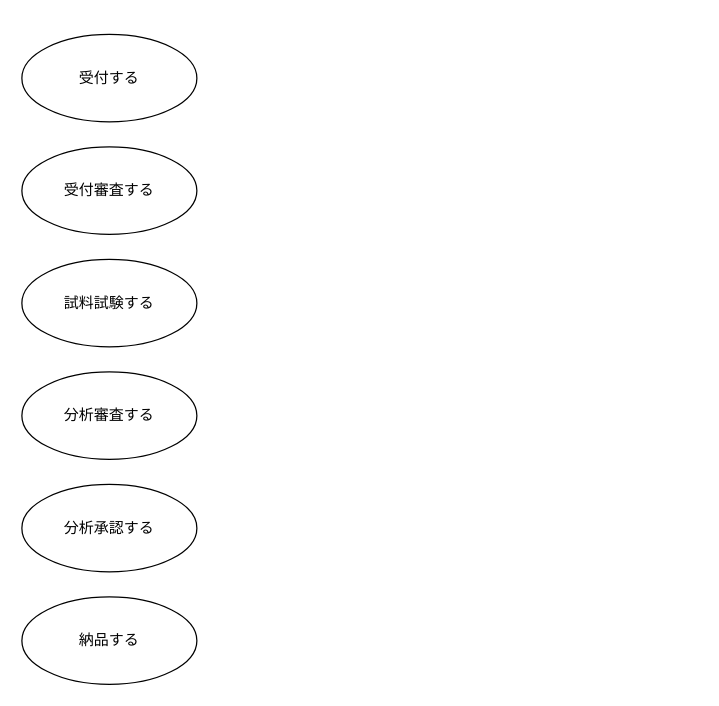
Before: page "アクティビティ図" (7 of 8) of NELAB.drawio in kaoru387/draw.io, a draw.io diagram. Source tidied: cells renumbered, new cells numbered last; positions are measured from the earlier drawing's top-left corner, leaving out a move shared by most shapes. Both pictures are drawn from the tidied source at 125%, with x=0, y=0 at pixel (21, 34).
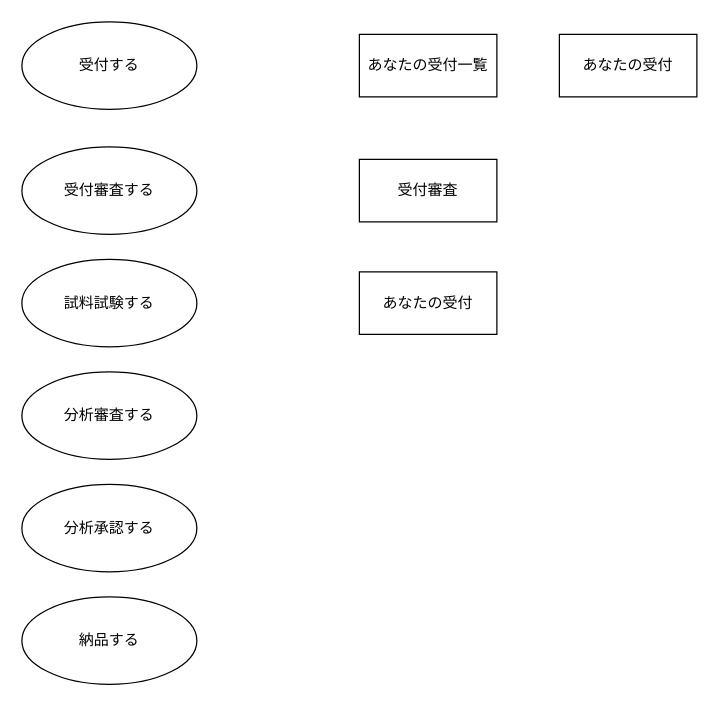
After the change.

Commit message (it also covers changes not shown here):
NELAB.drawio を更新します

Change to the diagram source:
```diff
@@
 <mxGraphModel>
   <root>
     <mxCell id="0" />
     <mxCell id="1" parent="0" />
     <mxCell id="2" value="受付する" style="ellipse;whiteSpace=wrap;html=1;" parent="1" vertex="1">
-      <mxGeometry width="140" height="70" as="geometry" />
+      <mxGeometry y="-10" width="140" height="70" as="geometry" />
     </mxCell>
     <mxCell id="3" value="試料試験する" style="ellipse;whiteSpace=wrap;html=1;" parent="1" vertex="1">
       <mxGeometry y="180" width="140" height="70" as="geometry" />
     </mxCell>
     <mxCell id="4" value="分析審査する" style="ellipse;whiteSpace=wrap;html=1;" parent="1" vertex="1">
       <mxGeometry y="270" width="140" height="70" as="geometry" />
     </mxCell>
     <mxCell id="5" value="受付審査する" style="ellipse;whiteSpace=wrap;html=1;" parent="1" vertex="1">
       <mxGeometry y="90" width="140" height="70" as="geometry" />
     </mxCell>
     <mxCell id="6" value="&lt;div&gt;分析承認する&lt;/div&gt;" style="ellipse;whiteSpace=wrap;html=1;" parent="1" vertex="1">
       <mxGeometry y="360" width="140" height="70" as="geometry" />
     </mxCell>
     <mxCell id="7" value="&lt;div&gt;納品する&lt;/div&gt;" style="ellipse;whiteSpace=wrap;html=1;" parent="1" vertex="1">
       <mxGeometry y="450" width="140" height="70" as="geometry" />
     </mxCell>
+    <mxCell id="8" value="あなたの受付一覧" style="html=1;whiteSpace=wrap;" parent="1" vertex="1">
+      <mxGeometry x="270" width="110" height="50" as="geometry" />
+    </mxCell>
+    <mxCell id="9" value="あなたの受付" style="html=1;whiteSpace=wrap;" parent="1" vertex="1">
+      <mxGeometry x="430" width="110" height="50" as="geometry" />
+    </mxCell>
+    <mxCell id="10" value="受付審査" style="html=1;whiteSpace=wrap;" parent="1" vertex="1">
+      <mxGeometry x="270" y="100" width="110" height="50" as="geometry" />
+    </mxCell>
+    <mxCell id="11" value="あなたの受付" style="html=1;whiteSpace=wrap;" parent="1" vertex="1">
+      <mxGeometry x="270" y="190" width="110" height="50" as="geometry" />
+    </mxCell>
   </root>
 </mxGraphModel>
```
